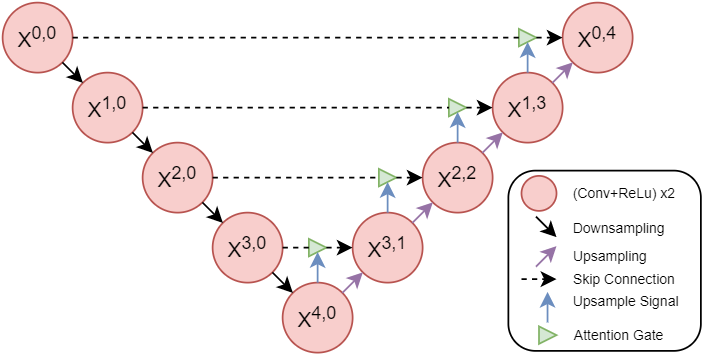
rizalmaulanaa/Robustness_of_Prob_U_Net keeps this draw.io diagram as model img/Models-Attention U-Net.png. Above is the earlier version. Source tidied: cells renumbered, new cells last; positions are measured from the earlier drawing's top-left corner, leaving out a move shared by most shapes.
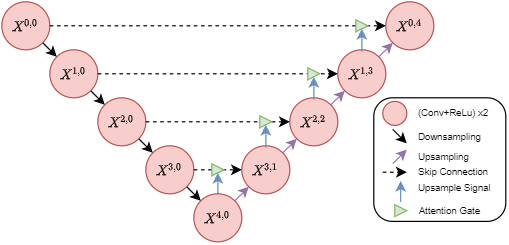
Later version of the same file.

Diff of the diagram source:
```diff
@@ -1,156 +1,153 @@
-<mxGraphModel>
+<mxGraphModel math="1">
   <root>
     <mxCell id="0" />
     <mxCell id="1" parent="0" />
-    <mxCell id="2" value="X&lt;sup&gt;0,0&lt;/sup&gt;" style="ellipse;whiteSpace=wrap;html=1;fillColor=#f8cecc;strokeColor=#b85450;" parent="1" vertex="1">
-      <mxGeometry width="40" height="40" as="geometry" />
-    </mxCell>
-    <mxCell id="3" value="X&lt;sup&gt;1,0&lt;/sup&gt;" style="ellipse;whiteSpace=wrap;html=1;fillColor=#f8cecc;strokeColor=#b85450;" parent="1" vertex="1">
-      <mxGeometry x="40" y="40" width="40" height="40" as="geometry" />
-    </mxCell>
-    <mxCell id="4" style="endArrow=classic;html=1;" parent="1" edge="1" source="2" target="3">
-      <mxGeometry relative="1" as="geometry" />
-    </mxCell>
-    <mxCell id="5" value="X&lt;sup&gt;2,0&lt;/sup&gt;" style="ellipse;whiteSpace=wrap;html=1;fillColor=#f8cecc;strokeColor=#b85450;" parent="1" vertex="1">
-      <mxGeometry x="80" y="80" width="40" height="40" as="geometry" />
-    </mxCell>
-    <mxCell id="6" value="X&lt;sup&gt;3,0&lt;/sup&gt;" style="ellipse;whiteSpace=wrap;html=1;fillColor=#f8cecc;strokeColor=#b85450;" parent="1" vertex="1">
-      <mxGeometry x="120" y="120" width="40" height="40" as="geometry" />
-    </mxCell>
-    <mxCell id="7" value="X&lt;sup&gt;2,2&lt;/sup&gt;" style="ellipse;whiteSpace=wrap;html=1;fillColor=#f8cecc;strokeColor=#b85450;" parent="1" vertex="1">
-      <mxGeometry x="240" y="80" width="40" height="40" as="geometry" />
-    </mxCell>
-    <mxCell id="8" value="X&lt;sup&gt;3,1&lt;/sup&gt;" style="ellipse;whiteSpace=wrap;html=1;fillColor=#f8cecc;strokeColor=#b85450;" parent="1" vertex="1">
-      <mxGeometry x="200" y="120" width="40" height="40" as="geometry" />
-    </mxCell>
-    <mxCell id="9" value="X&lt;sup&gt;4,0&lt;/sup&gt;" style="ellipse;whiteSpace=wrap;html=1;fillColor=#f8cecc;strokeColor=#b85450;" parent="1" vertex="1">
-      <mxGeometry x="160" y="160" width="40" height="40" as="geometry" />
-    </mxCell>
-    <mxCell id="10" value="X&lt;sup&gt;1,3&lt;/sup&gt;" style="ellipse;whiteSpace=wrap;html=1;fillColor=#f8cecc;strokeColor=#b85450;" parent="1" vertex="1">
-      <mxGeometry x="280" y="40" width="40" height="40" as="geometry" />
-    </mxCell>
-    <mxCell id="11" value="X&lt;sup&gt;0,4&lt;/sup&gt;" style="ellipse;whiteSpace=wrap;html=1;fillColor=#f8cecc;strokeColor=#b85450;" parent="1" vertex="1">
-      <mxGeometry x="320" width="40" height="40" as="geometry" />
-    </mxCell>
-    <mxCell id="12" style="endArrow=classic;html=1;" parent="1" edge="1" source="3" target="5">
-      <mxGeometry relative="1" as="geometry" />
-    </mxCell>
-    <mxCell id="13" style="endArrow=classic;html=1;" parent="1" edge="1" source="5" target="6">
-      <mxGeometry relative="1" as="geometry" />
-    </mxCell>
-    <mxCell id="14" style="endArrow=classic;html=1;" parent="1" edge="1" source="6" target="9">
-      <mxGeometry relative="1" as="geometry" />
-    </mxCell>
-    <mxCell id="15" style="endArrow=classic;html=1;fillColor=#e1d5e7;strokeColor=#9673a6;" parent="1" edge="1" source="9" target="8">
-      <mxGeometry relative="1" as="geometry" />
-    </mxCell>
-    <mxCell id="16" style="endArrow=classic;html=1;fillColor=#e1d5e7;strokeColor=#9673a6;" parent="1" edge="1" source="8" target="7">
-      <mxGeometry relative="1" as="geometry" />
-    </mxCell>
-    <mxCell id="17" style="endArrow=classic;html=1;fillColor=#e1d5e7;strokeColor=#9673a6;" parent="1" edge="1" source="7" target="10">
-      <mxGeometry relative="1" as="geometry" />
-    </mxCell>
-    <mxCell id="18" style="endArrow=classic;html=1;fillColor=#e1d5e7;strokeColor=#9673a6;" parent="1" edge="1" source="10" target="11">
-      <mxGeometry relative="1" as="geometry" />
-    </mxCell>
-    <mxCell id="19" style="triangle;whiteSpace=wrap;html=1;fillColor=#d5e8d4;strokeColor=#82b366;" parent="1" vertex="1">
-      <mxGeometry x="175" y="135" width="10" height="10" as="geometry" />
-    </mxCell>
-    <mxCell id="20" style="endArrow=none;dashed=1;html=1;entryX=0;entryY=0.5;entryDx=0;entryDy=0;" parent="1" edge="1" source="6" target="19">
-      <mxGeometry relative="1" as="geometry" />
-    </mxCell>
-    <mxCell id="21" style="endArrow=classic;html=1;entryX=0.5;entryY=1;entryDx=0;entryDy=0;endFill=1;fillColor=#dae8fc;strokeColor=#6c8ebf;" parent="1" edge="1" source="9" target="19">
-      <mxGeometry relative="1" as="geometry" />
-    </mxCell>
-    <mxCell id="22" style="endArrow=classic;html=1;exitX=1;exitY=0.5;exitDx=0;exitDy=0;dashed=1;" parent="1" edge="1" source="19" target="8">
-      <mxGeometry relative="1" as="geometry" />
-    </mxCell>
-    <mxCell id="23" style="triangle;whiteSpace=wrap;html=1;fillColor=#d5e8d4;strokeColor=#82b366;" parent="1" vertex="1">
-      <mxGeometry x="215" y="95" width="10" height="10" as="geometry" />
-    </mxCell>
-    <mxCell id="24" style="endArrow=classic;html=1;entryX=0.5;entryY=1;entryDx=0;entryDy=0;fillColor=#dae8fc;strokeColor=#6c8ebf;" parent="1" edge="1" source="8" target="23">
-      <mxGeometry relative="1" as="geometry" />
-    </mxCell>
-    <mxCell id="25" style="triangle;whiteSpace=wrap;html=1;fillColor=#d5e8d4;strokeColor=#82b366;" parent="1" vertex="1">
-      <mxGeometry x="255" y="55" width="10" height="10" as="geometry" />
-    </mxCell>
-    <mxCell id="26" style="triangle;whiteSpace=wrap;html=1;fillColor=#d5e8d4;strokeColor=#82b366;" parent="1" vertex="1">
-      <mxGeometry x="295" y="15" width="10" height="10" as="geometry" />
-    </mxCell>
-    <mxCell id="27" style="endArrow=classic;html=1;entryX=0.5;entryY=1;entryDx=0;entryDy=0;fillColor=#dae8fc;strokeColor=#6c8ebf;" parent="1" edge="1" source="7" target="25">
-      <mxGeometry relative="1" as="geometry" />
-    </mxCell>
-    <mxCell id="28" style="endArrow=classic;html=1;entryX=0.5;entryY=1;entryDx=0;entryDy=0;fillColor=#dae8fc;strokeColor=#6c8ebf;" parent="1" edge="1" source="10" target="26">
-      <mxGeometry relative="1" as="geometry" />
-    </mxCell>
-    <mxCell id="29" style="endArrow=classic;html=1;exitX=1;exitY=0.5;exitDx=0;exitDy=0;dashed=1;" parent="1" edge="1" source="23" target="7">
-      <mxGeometry relative="1" as="geometry" />
-    </mxCell>
-    <mxCell id="30" style="endArrow=classic;html=1;dashed=1;exitX=1;exitY=0.5;exitDx=0;exitDy=0;" parent="1" edge="1" source="25" target="10">
-      <mxGeometry relative="1" as="geometry" />
-    </mxCell>
-    <mxCell id="31" style="endArrow=classic;html=1;dashed=1;exitX=1;exitY=0.5;exitDx=0;exitDy=0;" parent="1" edge="1" source="26" target="11">
-      <mxGeometry relative="1" as="geometry" />
-    </mxCell>
-    <mxCell id="32" style="endArrow=none;dashed=1;html=1;entryX=0;entryY=0.5;entryDx=0;entryDy=0;" parent="1" edge="1" source="5" target="23">
-      <mxGeometry relative="1" as="geometry" />
-    </mxCell>
-    <mxCell id="33" style="endArrow=none;dashed=1;html=1;entryX=0;entryY=0.5;entryDx=0;entryDy=0;" parent="1" edge="1" source="3" target="25">
-      <mxGeometry relative="1" as="geometry" />
-    </mxCell>
-    <mxCell id="34" style="endArrow=none;dashed=1;html=1;entryX=0;entryY=0.5;entryDx=0;entryDy=0;" parent="1" edge="1" source="2" target="26">
-      <mxGeometry relative="1" as="geometry" />
-    </mxCell>
+    <mxCell id="48" style="group;" parent="1" vertex="1">
+      <mxGeometry x="320" y="90" width="110" height="104" as="geometry" />
+    </mxCell>
-    <mxCell id="35" style="rounded=1;whiteSpace=wrap;html=1;" parent="1" vertex="1">
-      <mxGeometry x="289" y="96" width="110" height="103" as="geometry" />
+    <mxCell id="35" style="rounded=1;whiteSpace=wrap;html=1;" parent="48" vertex="1">
+      <mxGeometry width="110" height="103" as="geometry" />
     </mxCell>
-    <mxCell id="36" style="endArrow=classic;html=1;fillColor=#e1d5e7;strokeColor=#9673a6;" parent="1" edge="1">
+    <mxCell id="36" style="endArrow=classic;html=1;fillColor=#e1d5e7;strokeColor=#9673a6;" parent="48" edge="1">
       <mxGeometry relative="1" as="geometry">
-        <mxPoint x="304.8" y="150.9" as="sourcePoint" />
-        <mxPoint x="316.5" y="139.1" as="targetPoint" />
+        <mxPoint x="15.8" y="54.9" as="sourcePoint" />
+        <mxPoint x="27.5" y="43.1" as="targetPoint" />
       </mxGeometry>
     </mxCell>
-    <mxCell id="37" style="endArrow=classic;html=1;" parent="1" edge="1">
+    <mxCell id="37" style="endArrow=classic;html=1;" parent="48" edge="1">
       <mxGeometry relative="1" as="geometry">
-        <mxPoint x="304.8" y="122.3" as="sourcePoint" />
-        <mxPoint x="316.5" y="134" as="targetPoint" />
+        <mxPoint x="15.8" y="26.3" as="sourcePoint" />
+        <mxPoint x="27.5" y="38" as="targetPoint" />
       </mxGeometry>
     </mxCell>
-    <mxCell id="38" value="&lt;font style=&quot;font-size: 8px;&quot;&gt;Downsampling&lt;/font&gt;" style="text;html=1;align=center;verticalAlign=middle;fontSize=8;" parent="1" vertex="1">
-      <mxGeometry x="316.5" y="119" width="70" height="20" as="geometry" />
+    <mxCell id="38" value="&lt;font style=&quot;font-size: 8px;&quot;&gt;Downsampling&lt;/font&gt;" style="text;html=1;align=center;verticalAlign=middle;fontSize=8;" parent="48" vertex="1">
+      <mxGeometry x="27.5" y="23" width="70" height="20" as="geometry" />
     </mxCell>
-    <mxCell id="39" value="&lt;font style=&quot;font-size: 8px;&quot;&gt;Upsampling&lt;/font&gt;" style="text;html=1;align=center;verticalAlign=middle;fontSize=8;" parent="1" vertex="1">
-      <mxGeometry x="316.5" y="135" width="60" height="20" as="geometry" />
+    <mxCell id="39" value="&lt;font style=&quot;font-size: 8px;&quot;&gt;Upsampling&lt;/font&gt;" style="text;html=1;align=center;verticalAlign=middle;fontSize=8;" parent="48" vertex="1">
+      <mxGeometry x="27.5" y="39" width="60" height="20" as="geometry" />
     </mxCell>
-    <mxCell id="40" style="endArrow=classic;html=1;dashed=1;" parent="1" edge="1">
+    <mxCell id="40" style="endArrow=classic;html=1;dashed=1;" parent="48" edge="1">
       <mxGeometry relative="1" as="geometry">
-        <mxPoint x="296.5" y="158" as="sourcePoint" />
-        <mxPoint x="316.5" y="158" as="targetPoint" />
+        <mxPoint x="7.5" y="62" as="sourcePoint" />
+        <mxPoint x="27.5" y="62" as="targetPoint" />
       </mxGeometry>
     </mxCell>
-    <mxCell id="41" value="&lt;font style=&quot;font-size: 8px;&quot;&gt;Skip Connection&lt;/font&gt;" style="text;html=1;align=center;verticalAlign=middle;fontSize=8;" parent="1" vertex="1">
-      <mxGeometry x="319.5" y="148" width="70" height="20" as="geometry" />
+    <mxCell id="41" value="&lt;font style=&quot;font-size: 8px;&quot;&gt;Skip Connection&lt;/font&gt;" style="text;html=1;align=center;verticalAlign=middle;fontSize=8;" parent="48" vertex="1">
+      <mxGeometry x="30.5" y="52" width="70" height="20" as="geometry" />
     </mxCell>
-    <mxCell id="42" style="triangle;whiteSpace=wrap;html=1;fillColor=#d5e8d4;strokeColor=#82b366;" parent="1" vertex="1">
-      <mxGeometry x="306.5" y="185" width="10" height="10" as="geometry" />
+    <mxCell id="42" style="triangle;whiteSpace=wrap;html=1;fillColor=#d5e8d4;strokeColor=#82b366;" parent="48" vertex="1">
+      <mxGeometry x="17.5" y="89" width="10" height="10" as="geometry" />
     </mxCell>
-    <mxCell id="43" value="&lt;font style=&quot;font-size: 8px;&quot;&gt;Attention Gate&lt;/font&gt;" style="text;html=1;align=center;verticalAlign=middle;fontSize=8;" parent="1" vertex="1">
-      <mxGeometry x="316.5" y="180" width="70" height="20" as="geometry" />
+    <mxCell id="43" value="&lt;font style=&quot;font-size: 8px;&quot;&gt;Attention Gate&lt;/font&gt;" style="text;html=1;align=center;verticalAlign=middle;fontSize=8;" parent="48" vertex="1">
+      <mxGeometry x="27.5" y="84" width="70" height="20" as="geometry" />
     </mxCell>
-    <mxCell id="44" style="endArrow=classic;html=1;entryX=0.5;entryY=1;entryDx=0;entryDy=0;endFill=1;fillColor=#dae8fc;strokeColor=#6c8ebf;" parent="1" edge="1">
+    <mxCell id="44" style="endArrow=classic;html=1;entryX=0.5;entryY=1;entryDx=0;entryDy=0;endFill=1;fillColor=#dae8fc;strokeColor=#6c8ebf;" parent="48" edge="1">
       <mxGeometry relative="1" as="geometry">
-        <mxPoint x="311.4" y="182.8" as="sourcePoint" />
-        <mxPoint x="311.4" y="165.2" as="targetPoint" />
+        <mxPoint x="22.4" y="86.8" as="sourcePoint" />
+        <mxPoint x="22.4" y="69.2" as="targetPoint" />
       </mxGeometry>
     </mxCell>
-    <mxCell id="45" value="&lt;font style=&quot;font-size: 8px;&quot;&gt;Upsample Signal&lt;/font&gt;" style="text;html=1;align=center;verticalAlign=middle;fontSize=8;" parent="1" vertex="1">
-      <mxGeometry x="315.5" y="161" width="80" height="20" as="geometry" />
+    <mxCell id="45" value="&lt;font style=&quot;font-size: 8px;&quot;&gt;Upsample Signal&lt;/font&gt;" style="text;html=1;align=center;verticalAlign=middle;fontSize=8;" parent="48" vertex="1">
+      <mxGeometry x="26.5" y="65" width="80" height="20" as="geometry" />
     </mxCell>
-    <mxCell id="46" style="ellipse;whiteSpace=wrap;html=1;fillColor=#f8cecc;strokeColor=#b85450;" parent="1" vertex="1">
-      <mxGeometry x="296.5" y="99" width="20" height="20" as="geometry" />
+    <mxCell id="46" style="ellipse;whiteSpace=wrap;html=1;fillColor=#f8cecc;strokeColor=#b85450;" parent="48" vertex="1">
+      <mxGeometry x="7.5" y="3" width="20" height="20" as="geometry" />
     </mxCell>
-    <mxCell id="47" value="(Conv+ReLu) x2" style="text;html=1;align=center;verticalAlign=middle;fontSize=8;" parent="1" vertex="1">
-      <mxGeometry x="319.5" y="99" width="70" height="20" as="geometry" />
+    <mxCell id="47" value="(Conv+ReLu) x2" style="text;html=1;align=center;verticalAlign=middle;fontSize=8;" parent="48" vertex="1">
+      <mxGeometry x="30.5" y="3" width="70" height="20" as="geometry" />
     </mxCell>
+    <mxCell id="49" style="group;" parent="1" vertex="1">
+      <mxGeometry x="10" y="10" width="360" height="200" as="geometry" />
+    </mxCell>
+    <mxCell id="50" value="&lt;span&gt;\({X^{0,0}}\)&lt;/span&gt;" style="ellipse;whiteSpace=wrap;html=1;fillColor=#f8cecc;strokeColor=#b85450;fontSize=10;" parent="49" vertex="1">
+      <mxGeometry width="40" height="40" as="geometry" />
+    </mxCell>
+    <mxCell id="51" value="&lt;span&gt;\({X^{1,0}}\)&lt;/span&gt;" style="ellipse;whiteSpace=wrap;html=1;fillColor=#f8cecc;strokeColor=#b85450;fontSize=10;" parent="49" vertex="1">
+      <mxGeometry x="40" y="40" width="40" height="40" as="geometry" />
+    </mxCell>
+    <mxCell id="52" style="endArrow=classic;html=1;" parent="49" edge="1" source="50" target="51">
+      <mxGeometry as="geometry" />
+    </mxCell>
+    <mxCell id="53" value="&lt;span&gt;\({X^{2,0}}\)&lt;/span&gt;" style="ellipse;whiteSpace=wrap;html=1;fillColor=#f8cecc;strokeColor=#b85450;fontSize=10;" parent="49" vertex="1">
+      <mxGeometry x="80" y="80" width="40" height="40" as="geometry" />
+    </mxCell>
+    <mxCell id="54" value="&lt;span&gt;\({X^{3,0}}\)&lt;/span&gt;" style="ellipse;whiteSpace=wrap;html=1;fillColor=#f8cecc;strokeColor=#b85450;fontSize=10;" parent="49" vertex="1">
+      <mxGeometry x="120" y="120" width="40" height="40" as="geometry" />
+    </mxCell>
+    <mxCell id="55" value="&lt;span&gt;\({X^{2,2}}\)&lt;/span&gt;" style="ellipse;whiteSpace=wrap;html=1;fillColor=#f8cecc;strokeColor=#b85450;fontSize=10;" parent="49" vertex="1">
+      <mxGeometry x="240" y="80" width="40" height="40" as="geometry" />
+    </mxCell>
+    <mxCell id="56" value="&lt;span&gt;\({X^{3,1}}\)&lt;/span&gt;" style="ellipse;whiteSpace=wrap;html=1;fillColor=#f8cecc;strokeColor=#b85450;fontSize=10;" parent="49" vertex="1">
+      <mxGeometry x="200" y="120" width="40" height="40" as="geometry" />
+    </mxCell>
+    <mxCell id="57" style="edgeStyle=orthogonalEdgeStyle;rounded=1;jettySize=auto;html=1;entryX=0.5;entryY=1;entryDx=0;entryDy=0;strokeColor=#6c8ebf;fillColor=#dae8fc;endFill=1;" parent="49" edge="1" source="58" target="79">
+      <mxGeometry as="geometry" />
+    </mxCell>
+    <mxCell id="58" value="&lt;span&gt;\({X^{4,0}}\)&lt;/span&gt;" style="ellipse;whiteSpace=wrap;html=1;fillColor=#f8cecc;strokeColor=#b85450;fontSize=10;" parent="49" vertex="1">
+      <mxGeometry x="160" y="160" width="40" height="40" as="geometry" />
+    </mxCell>
+    <mxCell id="59" value="&lt;span&gt;\({X^{1,3}}\)&lt;/span&gt;" style="ellipse;whiteSpace=wrap;html=1;fillColor=#f8cecc;strokeColor=#b85450;fontSize=10;" parent="49" vertex="1">
+      <mxGeometry x="280" y="40" width="40" height="40" as="geometry" />
+    </mxCell>
+    <mxCell id="60" value="&lt;span&gt;\({X^{0,4}}\)&lt;/span&gt;" style="ellipse;whiteSpace=wrap;html=1;fillColor=#f8cecc;strokeColor=#b85450;fontSize=10;" parent="49" vertex="1">
+      <mxGeometry x="320" width="40" height="40" as="geometry" />
+    </mxCell>
+    <mxCell id="61" style="endArrow=classic;html=1;" parent="49" edge="1" source="51" target="53">
+      <mxGeometry as="geometry" />
+    </mxCell>
+    <mxCell id="62" style="endArrow=classic;html=1;" parent="49" edge="1" source="53" target="54">
+      <mxGeometry as="geometry" />
+    </mxCell>
+    <mxCell id="63" style="endArrow=classic;html=1;" parent="49" edge="1" source="54" target="58">
+      <mxGeometry as="geometry" />
+    </mxCell>
+    <mxCell id="64" style="endArrow=classic;html=1;fillColor=#e1d5e7;strokeColor=#9673a6;" parent="49" edge="1" source="58" target="56">
+      <mxGeometry as="geometry" />
+    </mxCell>
+    <mxCell id="65" style="edgeStyle=orthogonalEdgeStyle;rounded=1;jettySize=auto;html=1;entryX=0;entryY=0.5;entryDx=0;entryDy=0;dashed=1;" parent="49" edge="1" source="54" target="56">
+      <mxGeometry as="geometry" />
+    </mxCell>
+    <mxCell id="66" style="endArrow=classic;html=1;fillColor=#e1d5e7;strokeColor=#9673a6;" parent="49" edge="1" source="56" target="55">
+      <mxGeometry as="geometry" />
+    </mxCell>
+    <mxCell id="67" style="endArrow=classic;html=1;fillColor=#e1d5e7;strokeColor=#9673a6;" parent="49" edge="1" source="55" target="59">
+      <mxGeometry as="geometry" />
+    </mxCell>
+    <mxCell id="68" style="endArrow=classic;html=1;fillColor=#e1d5e7;strokeColor=#9673a6;" parent="49" edge="1" source="59" target="60">
+      <mxGeometry as="geometry" />
+    </mxCell>
+    <mxCell id="69" style="endArrow=classic;html=1;dashed=1;" parent="49" edge="1" source="50" target="60">
+      <mxGeometry as="geometry" />
+    </mxCell>
+    <mxCell id="70" style="endArrow=classic;html=1;dashed=1;" parent="49" edge="1" source="51" target="59">
+      <mxGeometry as="geometry" />
+    </mxCell>
+    <mxCell id="71" style="endArrow=classic;html=1;dashed=1;startArrow=none;" parent="49" edge="1" source="72" target="55">
+      <mxGeometry as="geometry" />
+    </mxCell>
+    <mxCell id="72" style="triangle;whiteSpace=wrap;html=1;fillColor=#d5e8d4;strokeColor=#82b366;" parent="49" vertex="1">
+      <mxGeometry x="215" y="95" width="10" height="10" as="geometry" />
+    </mxCell>
+    <mxCell id="73" style="edgeStyle=orthogonalEdgeStyle;rounded=1;jettySize=auto;html=1;entryX=0.5;entryY=1;entryDx=0;entryDy=0;strokeColor=#6c8ebf;fillColor=#dae8fc;endFill=1;" parent="49" edge="1" source="56" target="72">
+      <mxGeometry as="geometry" />
+    </mxCell>
+    <mxCell id="74" style="endArrow=none;html=1;dashed=1;" parent="49" edge="1" source="53" target="72">
+      <mxGeometry as="geometry" />
+    </mxCell>
+    <mxCell id="75" style="triangle;whiteSpace=wrap;html=1;fillColor=#d5e8d4;strokeColor=#82b366;" parent="49" vertex="1">
+      <mxGeometry x="255" y="55" width="10" height="10" as="geometry" />
+    </mxCell>
+    <mxCell id="76" style="triangle;whiteSpace=wrap;html=1;fillColor=#d5e8d4;strokeColor=#82b366;" parent="49" vertex="1">
+      <mxGeometry x="295" y="15" width="10" height="10" as="geometry" />
+    </mxCell>
+    <mxCell id="77" style="edgeStyle=orthogonalEdgeStyle;rounded=1;jettySize=auto;html=1;entryX=0.5;entryY=1;entryDx=0;entryDy=0;strokeColor=#6c8ebf;fillColor=#dae8fc;endFill=1;" parent="49" edge="1" source="55" target="75">
+      <mxGeometry as="geometry" />
+    </mxCell>
+    <mxCell id="78" style="edgeStyle=orthogonalEdgeStyle;rounded=1;jettySize=auto;html=1;entryX=0.5;entryY=1;entryDx=0;entryDy=0;strokeColor=#6c8ebf;fillColor=#dae8fc;endFill=1;" parent="49" edge="1" source="59" target="76">
+      <mxGeometry as="geometry" />
+    </mxCell>
+    <mxCell id="79" style="triangle;whiteSpace=wrap;html=1;fillColor=#d5e8d4;strokeColor=#82b366;" parent="49" vertex="1">
+      <mxGeometry x="175" y="135" width="10" height="10" as="geometry" />
+    </mxCell>
   </root>
 </mxGraphModel>
```
